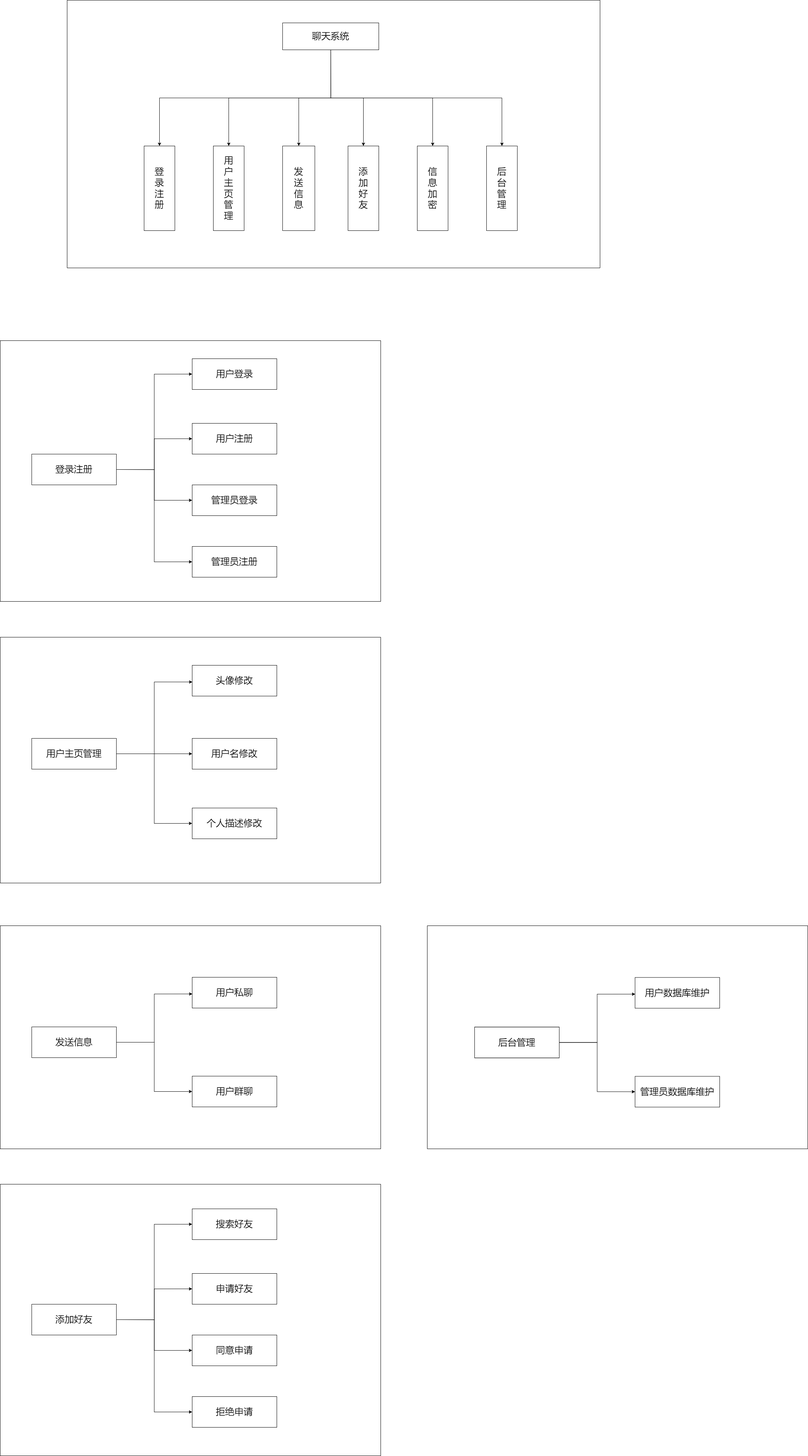
MPCurie/Test keeps this draw.io diagram as chat-3.png. Above is the earlier version. Source tidied: cells renumbered, new cells last; positions are measured from the earlier drawing's top-left corner, leaving out a move shared by most shapes.
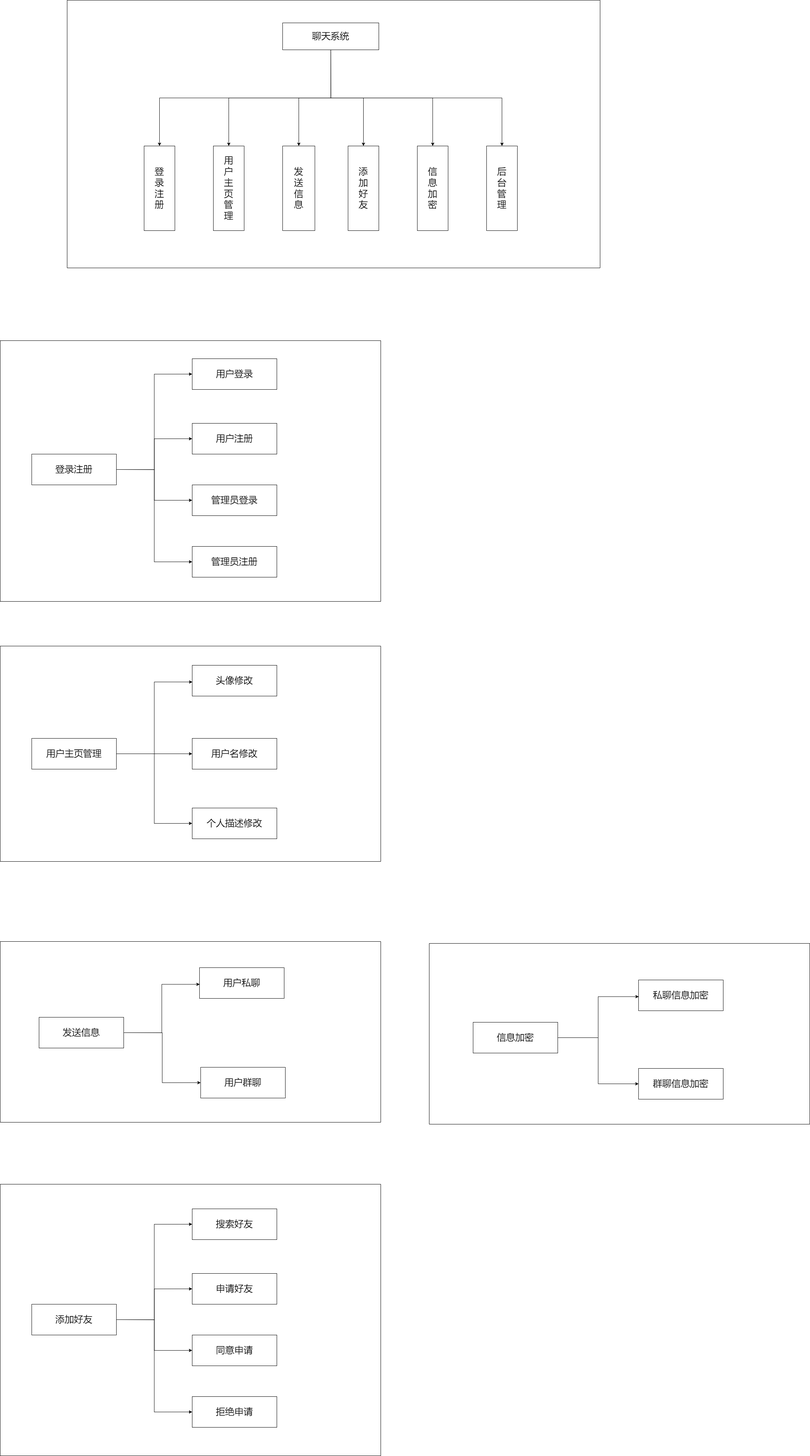
Above is the later version.

What changed in the source:
```diff
@@ -108,29 +108,32 @@
       <mxGeometry y="885" width="989" height="678" as="geometry" />
     </mxCell>
     <mxCell id="37" style="swimlane;startSize=0;rounded=0;fontSize=24;gradientColor=none;" parent="1" vertex="1">
-      <mxGeometry y="1656" width="989" height="639" as="geometry" />
+      <mxGeometry y="1679" width="989" height="560" as="geometry" />
     </mxCell>
     <mxCell id="38" style="swimlane;startSize=0;rounded=0;fontSize=24;gradientColor=none;" parent="1" vertex="1">
-      <mxGeometry y="2406" width="989" height="580" as="geometry" />
+      <mxGeometry y="2447" width="989" height="470" as="geometry" />
     </mxCell>
     <mxCell id="39" value="发送信息" style="rounded=0;whiteSpace=wrap;html=1;fontSize=24;" parent="38" vertex="1">
-      <mxGeometry x="82" y="263" width="220" height="80" as="geometry" />
+      <mxGeometry x="101" y="197" width="220" height="80" as="geometry" />
     </mxCell>
-    <mxCell id="40" value="&lt;font style=&quot;font-size: 24px;&quot;&gt;用户私聊&lt;/font&gt;" style="whiteSpace=wrap;html=1;rounded=0;" parent="38" vertex="1">
-      <mxGeometry x="499" y="134" width="220" height="80" as="geometry" />
-    </mxCell>
     <mxCell id="41" value="&lt;font style=&quot;font-size: 24px;&quot;&gt;用户群聊&lt;/font&gt;" style="whiteSpace=wrap;html=1;rounded=0;gradientColor=none;" parent="38" vertex="1">
-      <mxGeometry x="499" y="391" width="220" height="80" as="geometry" />
+      <mxGeometry x="521" y="327" width="220" height="80" as="geometry" />
     </mxCell>
     <mxCell id="42" style="edgeStyle=orthogonalEdgeStyle;rounded=0;jettySize=auto;html=1;exitX=1;exitY=0.5;exitDx=0;exitDy=0;entryX=0;entryY=0.5;entryDx=0;entryDy=0;fontSize=24;" parent="38" edge="1" source="39" target="41">
       <mxGeometry relative="1" as="geometry" />
     </mxCell>
-    <mxCell id="43" style="edgeStyle=orthogonalEdgeStyle;rounded=0;jettySize=auto;html=1;exitX=1;exitY=0.5;exitDx=0;exitDy=0;entryX=0.002;entryY=0.542;entryDx=0;entryDy=0;entryPerimeter=0;fontSize=24;" parent="38" edge="1" source="39" target="40">
-      <mxGeometry relative="1" as="geometry" />
+    <mxCell id="43" style="edgeStyle=orthogonalEdgeStyle;rounded=0;jettySize=auto;html=1;exitX=1;exitY=0.5;exitDx=0;exitDy=0;entryX=0.002;entryY=0.542;entryDx=0;entryDy=0;entryPerimeter=0;fontSize=24;" parent="38" edge="1" source="39">
+      <mxGeometry relative="1" as="geometry">
+        <mxPoint x="518.4" y="111.4" as="targetPoint" />
+        <Array as="points">
+          <mxPoint x="420" y="237" />
+          <mxPoint x="420" y="111" />
+        </Array>
+      </mxGeometry>
     </mxCell>
-    <mxCell id="44" style="swimlane;startSize=0;rounded=0;fontSize=24;gradientColor=none;" parent="38" vertex="1">
-      <mxGeometry width="989" height="580" as="geometry" />
-    </mxCell>
+    <mxCell id="40" value="&lt;font style=&quot;font-size: 24px;&quot;&gt;用户私聊&lt;/font&gt;" style="whiteSpace=wrap;html=1;rounded=0;" parent="38" vertex="1">
+      <mxGeometry x="518" y="68" width="220" height="80" as="geometry" />
+    </mxCell>
     <mxCell id="45" value="&lt;font style=&quot;font-size: 24px;&quot;&gt;拒绝申请&lt;/font&gt;" style="whiteSpace=wrap;html=1;rounded=0;" parent="1" vertex="1">
       <mxGeometry x="499" y="3630" width="220" height="80" as="geometry" />
     </mxCell>
@@ -165,10 +168,10 @@
       <mxGeometry y="885" width="989" height="678" as="geometry" />
     </mxCell>
     <mxCell id="56" style="swimlane;startSize=0;rounded=0;fontSize=24;gradientColor=none;" parent="1" vertex="1">
-      <mxGeometry x="1110" y="2406" width="989" height="580" as="geometry" />
+      <mxGeometry x="1115" y="2452" width="989" height="470" as="geometry" />
     </mxCell>
     <mxCell id="57" value="信息加密" style="rounded=0;whiteSpace=wrap;html=1;fontSize=24;" parent="56" vertex="1">
-      <mxGeometry x="123" y="263.5" width="220" height="80" as="geometry" />
+      <mxGeometry x="114" y="205" width="220" height="80" as="geometry" />
     </mxCell>
     <mxCell id="58" style="edgeStyle=orthogonalEdgeStyle;rounded=0;jettySize=auto;html=1;exitX=1;exitY=0.5;exitDx=0;exitDy=0;entryX=0.002;entryY=0.542;entryDx=0;entryDy=0;entryPerimeter=0;fontSize=24;" parent="56" edge="1" source="57" target="61">
       <mxGeometry relative="1" as="geometry" />
@@ -176,14 +179,11 @@
     <mxCell id="59" style="edgeStyle=orthogonalEdgeStyle;rounded=0;jettySize=auto;html=1;exitX=1;exitY=0.5;exitDx=0;exitDy=0;entryX=0;entryY=0.5;entryDx=0;entryDy=0;fontSize=24;" parent="56" edge="1" source="57" target="60">
       <mxGeometry relative="1" as="geometry" />
     </mxCell>
-    <mxCell id="60" value="&lt;font style=&quot;font-size: 24px;&quot;&gt;管理员数据库维护&lt;/font&gt;" style="whiteSpace=wrap;html=1;rounded=0;gradientColor=none;" parent="56" vertex="1">
-      <mxGeometry x="540" y="391.5" width="220" height="80" as="geometry" />
+    <mxCell id="60" value="&lt;font style=&quot;font-size: 24px;&quot;&gt;群聊信息加密&lt;/font&gt;" style="whiteSpace=wrap;html=1;rounded=0;gradientColor=none;" parent="56" vertex="1">
+      <mxGeometry x="544" y="325" width="220" height="80" as="geometry" />
     </mxCell>
-    <mxCell id="61" value="&lt;span style=&quot;font-size: 24px;&quot;&gt;用户数据库维护&lt;/span&gt;" style="whiteSpace=wrap;html=1;rounded=0;" parent="56" vertex="1">
-      <mxGeometry x="540" y="134.5" width="220" height="80" as="geometry" />
+    <mxCell id="61" value="&lt;span style=&quot;font-size: 24px;&quot;&gt;私聊信息加密&lt;/span&gt;" style="whiteSpace=wrap;html=1;rounded=0;" parent="56" vertex="1">
+      <mxGeometry x="544" y="95" width="220" height="80" as="geometry" />
     </mxCell>
-    <mxCell id="62" value="后台管理" style="rounded=0;whiteSpace=wrap;html=1;fontSize=24;" parent="56" vertex="1">
-      <mxGeometry x="123" y="263.5" width="220" height="80" as="geometry" />
-    </mxCell>
   </root>
 </mxGraphModel>
```
